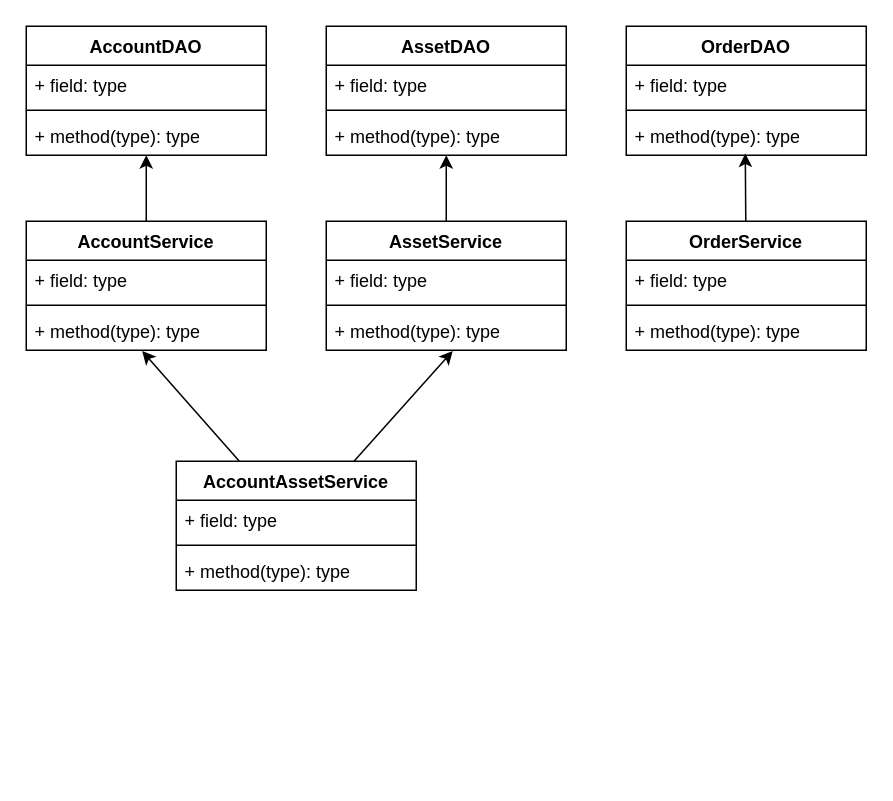
This is classDiagram.drawio from gusbru/clean_code_and_clean_architecture, a draw.io file, before an edit. Source tidied: cells renumbered, new cells numbered last; positions are measured from the earlier drawing's top-left corner, leaving out a move shared by most shapes. Both pictures are drawn from the tidied source at 150%, with x=0, y=0 at pixel (26, 26).
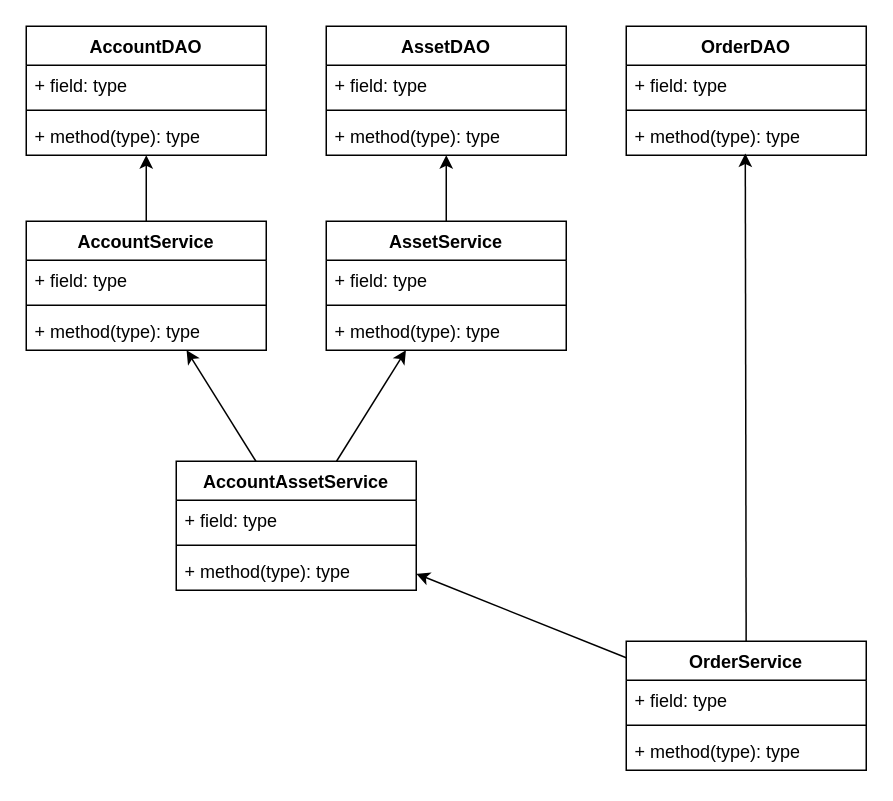
After the change.

Unchanged cells that the change refers to:
```xml
<mxCell id="7" value="AccountService" style="swimlane;fontStyle=1;align=center;verticalAlign=top;horizontal=1;startSize=26;whiteSpace=wrap;html=1;" parent="1" vertex="1">
  <mxGeometry y="130" width="160" height="86" as="geometry" />
</mxCell>
<mxCell id="10" value="+ method(type): type" style="text;strokeColor=none;fillColor=none;align=left;verticalAlign=top;spacingLeft=4;spacingRight=4;overflow=hidden;points=[[0,0.5],[1,0.5]];portConstraint=eastwest;whiteSpace=wrap;html=1;" parent="7" vertex="1">
  <mxGeometry y="60" width="160" height="26" as="geometry" />
</mxCell>
<mxCell id="16" value="AssetService" style="swimlane;fontStyle=1;align=center;verticalAlign=top;horizontal=1;startSize=26;whiteSpace=wrap;html=1;" parent="1" vertex="1">
  <mxGeometry x="200" y="130" width="160" height="86" as="geometry" />
</mxCell>
<mxCell id="19" value="+ method(type): type" style="text;strokeColor=none;fillColor=none;align=left;verticalAlign=top;spacingLeft=4;spacingRight=4;overflow=hidden;points=[[0,0.5],[1,0.5]];portConstraint=eastwest;whiteSpace=wrap;html=1;" parent="16" vertex="1">
  <mxGeometry y="60" width="160" height="26" as="geometry" />
</mxCell>
<mxCell id="29" value="AccountAssetService" style="swimlane;fontStyle=1;align=center;verticalAlign=top;horizontal=1;startSize=26;whiteSpace=wrap;html=1;" parent="1" vertex="1">
  <mxGeometry x="100" y="290" width="160" height="86" as="geometry" />
</mxCell>
```

Change to the diagram source:
```diff
@@
+    <mxCell id="35" style="edgeStyle=none;html=1;" parent="1" edge="1" source="24" target="29">
+      <mxGeometry relative="1" as="geometry" />
+    </mxCell>
     <mxCell id="24" value="OrderService" style="swimlane;fontStyle=1;align=center;verticalAlign=top;horizontal=1;startSize=26;whiteSpace=wrap;html=1;" parent="1" vertex="1">
-      <mxGeometry x="400" y="130" width="160" height="86" as="geometry" />
+      <mxGeometry x="400" y="410" width="160" height="86" as="geometry" />
     </mxCell>
@@
+    <mxCell id="36" style="edgeStyle=none;html=1;" parent="1" edge="1" source="29" target="7">
+      <mxGeometry relative="1" as="geometry" />
+    </mxCell>
+    <mxCell id="37" style="edgeStyle=none;html=1;" parent="1" edge="1" source="29" target="16">
+      <mxGeometry relative="1" as="geometry" />
+    </mxCell>
@@
-    <mxCell id="33" style="edgeStyle=none;html=1;entryX=0.483;entryY=1.019;entryDx=0;entryDy=0;entryPerimeter=0;" parent="1" edge="1" source="29" target="10">
-      <mxGeometry relative="1" as="geometry" />
-    </mxCell>
-    <mxCell id="34" style="edgeStyle=none;html=1;entryX=0.527;entryY=1.019;entryDx=0;entryDy=0;entryPerimeter=0;" parent="1" edge="1" source="29" target="19">
-      <mxGeometry relative="1" as="geometry" />
-    </mxCell>
```
